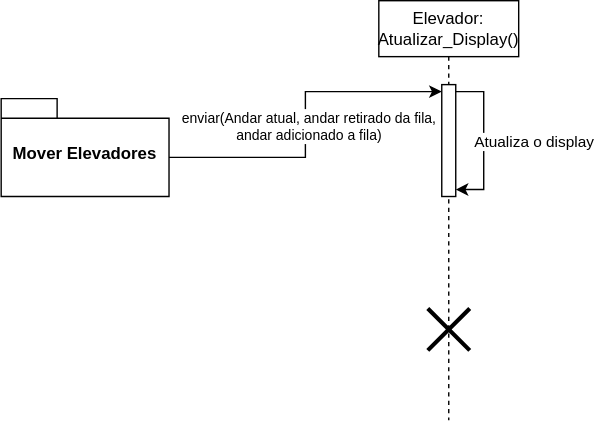
This is Diagrama-Sequencia/DiagramaSequanciaDisplay.svg from wholocked1/Projeto-2-modelagem, a draw.io export, as it was before one commit. Source tidied: cells renumbered, new cells last; positions are measured from the earlier drawing's top-left corner, leaving out a move shared by most shapes.
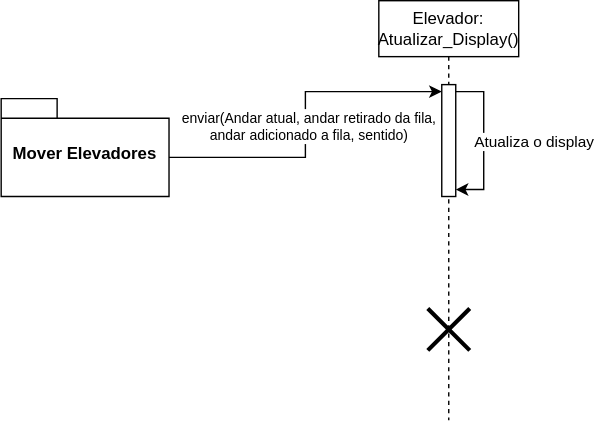
After the commit.

Change to the diagram source:
```diff
@@ -25,7 +25,7 @@
     <mxCell id="8" style="edgeStyle=orthogonalEdgeStyle;rounded=0;jettySize=auto;html=1;exitX=0;exitY=0;exitDx=120;exitDy=42;exitPerimeter=0;entryX=0;entryY=0;entryDx=0;entryDy=5;entryPerimeter=0;" parent="1" edge="1" source="7" target="3">
       <mxGeometry relative="1" as="geometry" />
     </mxCell>
-    <mxCell id="9" value="&lt;font style=&quot;font-size: 10px;&quot;&gt;enviar(Andar atual, andar retirado da fila,&lt;/font&gt;&lt;div style=&quot;font-size: 10px;&quot;&gt;&lt;font style=&quot;font-size: 10px;&quot;&gt;andar adicionado a fila)&lt;/font&gt;&lt;/div&gt;" style="edgeLabel;html=1;align=center;verticalAlign=middle;" parent="8" vertex="1">
+    <mxCell id="9" value="&lt;font style=&quot;font-size: 10px;&quot;&gt;enviar(Andar atual, andar retirado da fila,&lt;/font&gt;&lt;div style=&quot;font-size: 10px;&quot;&gt;&lt;font style=&quot;font-size: 10px;&quot;&gt;andar adicionado a fila, sentido)&lt;/font&gt;&lt;/div&gt;" style="edgeLabel;html=1;align=center;verticalAlign=middle;" parent="8" vertex="1">
       <mxGeometry x="-0.01" y="-1" relative="1" as="geometry">
         <mxPoint x="1" as="offset" />
       </mxGeometry>
```
